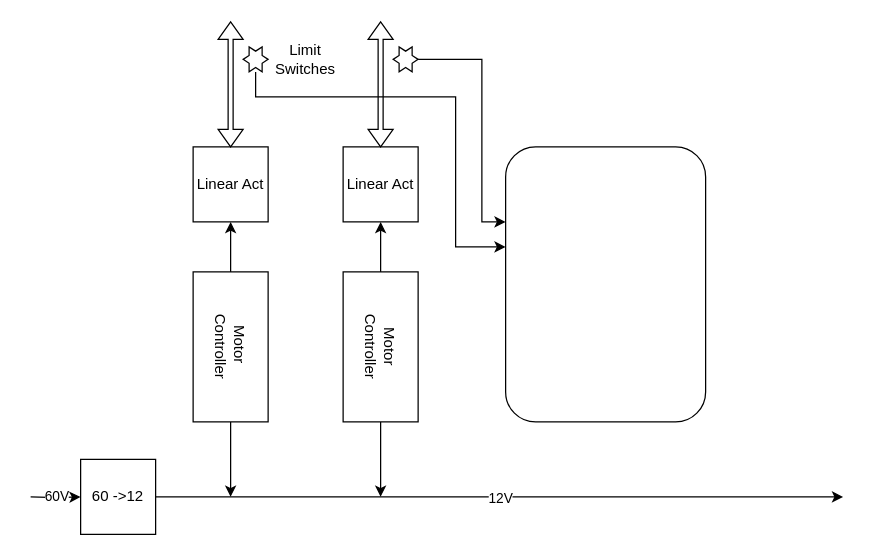
Earlier version of the draw.io diagram Untitled Diagram.drawio (solarbits/Wheelie). Source tidied: cells renumbered, new cells numbered last; positions are measured from the earlier drawing's top-left corner, leaving out a move shared by most shapes. Both pictures are drawn from the tidied source at 125%, with x=0, y=0 at pixel (30, 21).
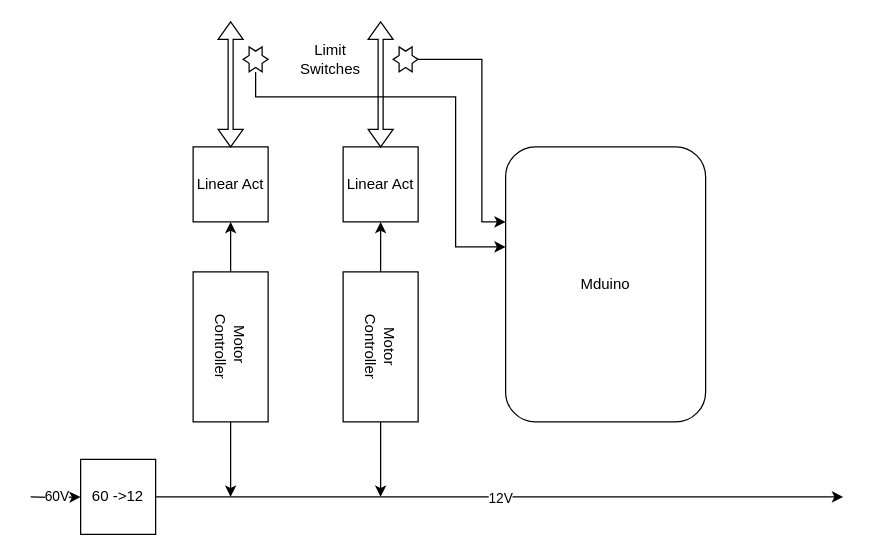
Above is the later version.

The edit, as a diff of the source:
```diff
@@
-    <mxCell id="21" style="rounded=1;whiteSpace=wrap;html=1;" parent="1" vertex="1">
+    <mxCell id="21" value="Mduino" style="rounded=1;whiteSpace=wrap;html=1;" parent="1" vertex="1">
       <mxGeometry x="380" y="100" width="160" height="220" as="geometry" />
     </mxCell>
     <mxCell id="22" value="Limit Switches" style="text;html=1;strokeColor=none;fillColor=none;align=center;verticalAlign=middle;whiteSpace=wrap;rounded=0;" parent="1" vertex="1">
-      <mxGeometry x="190" y="15" width="60" height="30" as="geometry" />
+      <mxGeometry x="210" y="15" width="60" height="30" as="geometry" />
     </mxCell>
```
